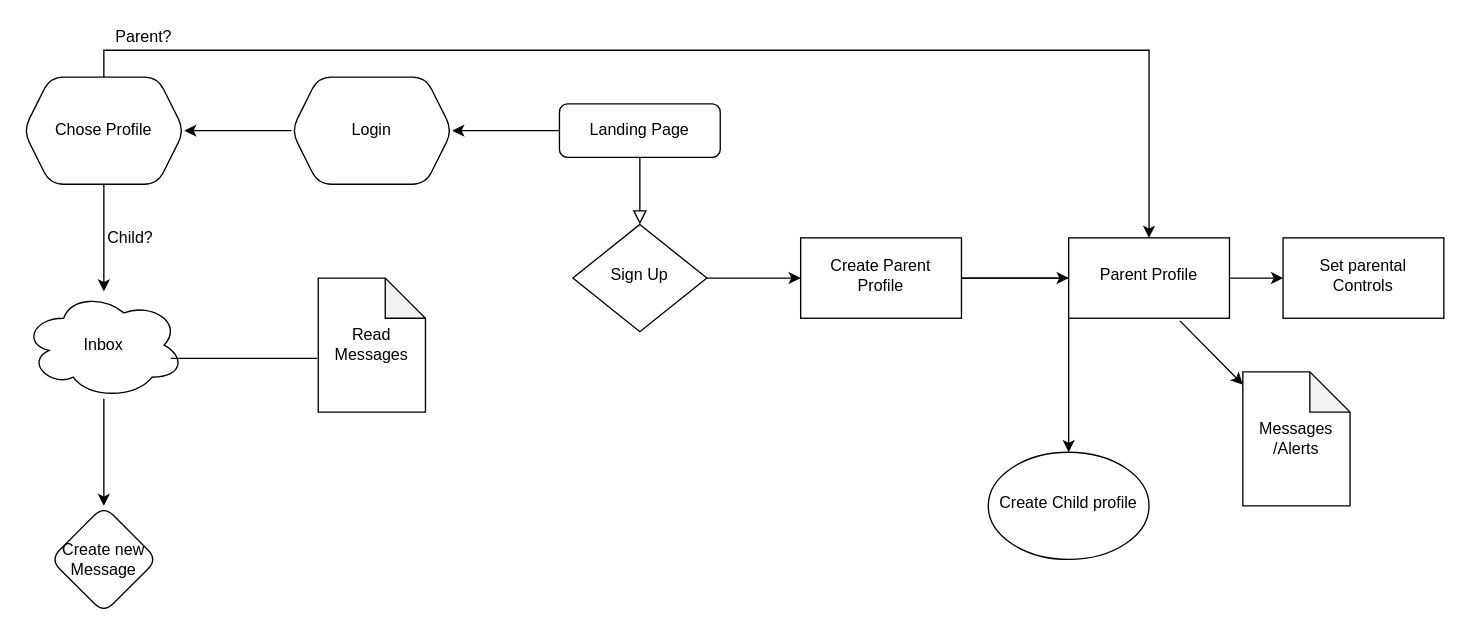
Earlier version of the draw.io diagram Untitled Diagram.drawio (Samicap/Final-Project). Source tidied: cells renumbered, new cells numbered last; positions are measured from the earlier drawing's top-left corner, leaving out a move shared by most shapes. Both pictures are drawn from the tidied source at 134%, with x=0, y=0 at pixel (23, 23).
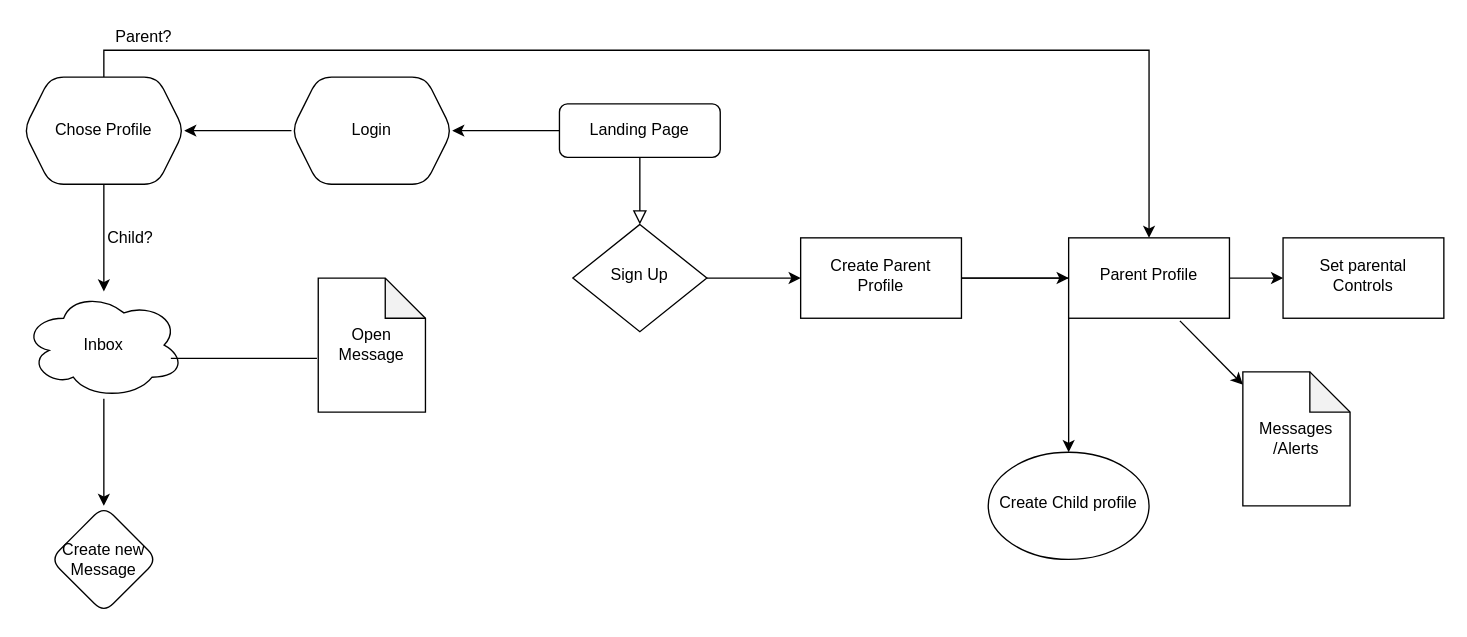
The same page after the edit.

Commit message:
update to open message

What changed in the source:
```diff
@@
-    <mxCell id="19" value="Read Messages" style="shape=note;whiteSpace=wrap;html=1;backgroundOutline=1;darkOpacity=0.05;rounded=1;shadow=0;strokeWidth=1;glass=0;" parent="1" vertex="1">
+    <mxCell id="19" value="Open Message" style="shape=note;whiteSpace=wrap;html=1;backgroundOutline=1;darkOpacity=0.05;rounded=1;shadow=0;strokeWidth=1;glass=0;" parent="1" vertex="1">
       <mxGeometry x="220" y="190" width="80" height="100" as="geometry" />
     </mxCell>
```
